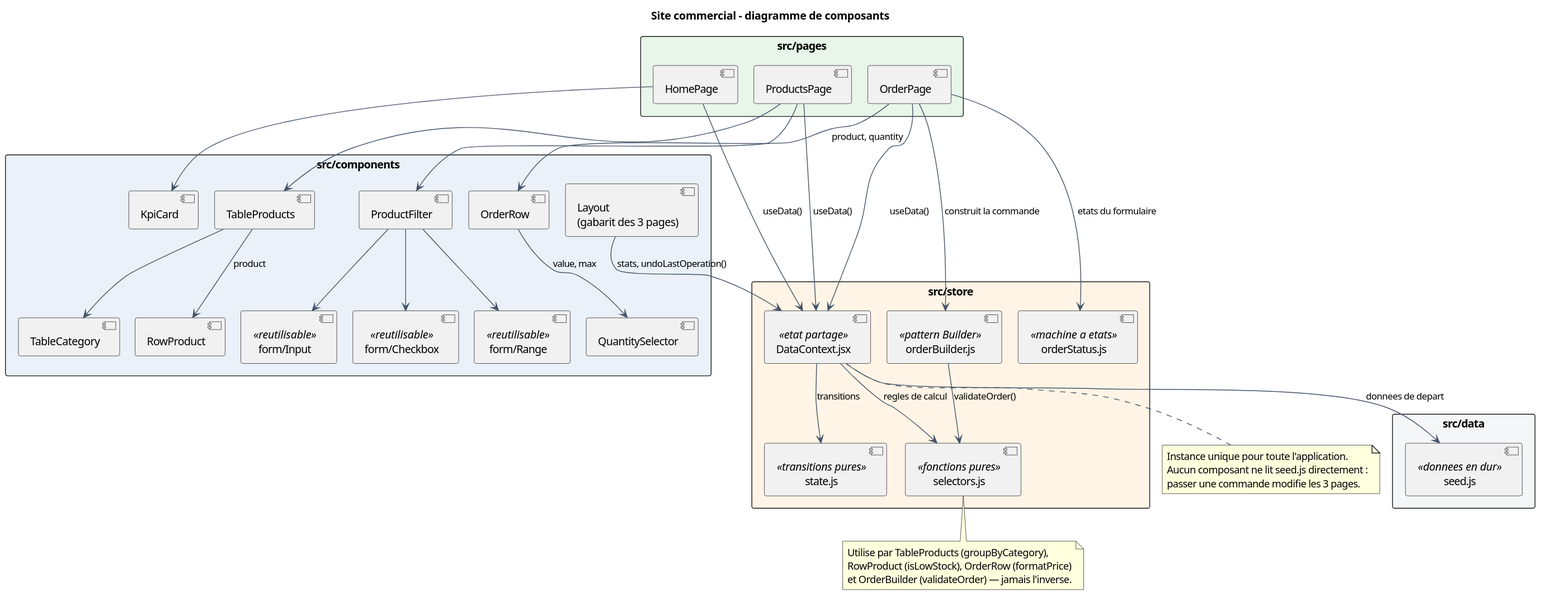
Earlier version of the PlantUML export docs/diagrammes/01-diagramme-composants.svg (wenkais196-Gabriel/mini-projet-site-commercial).
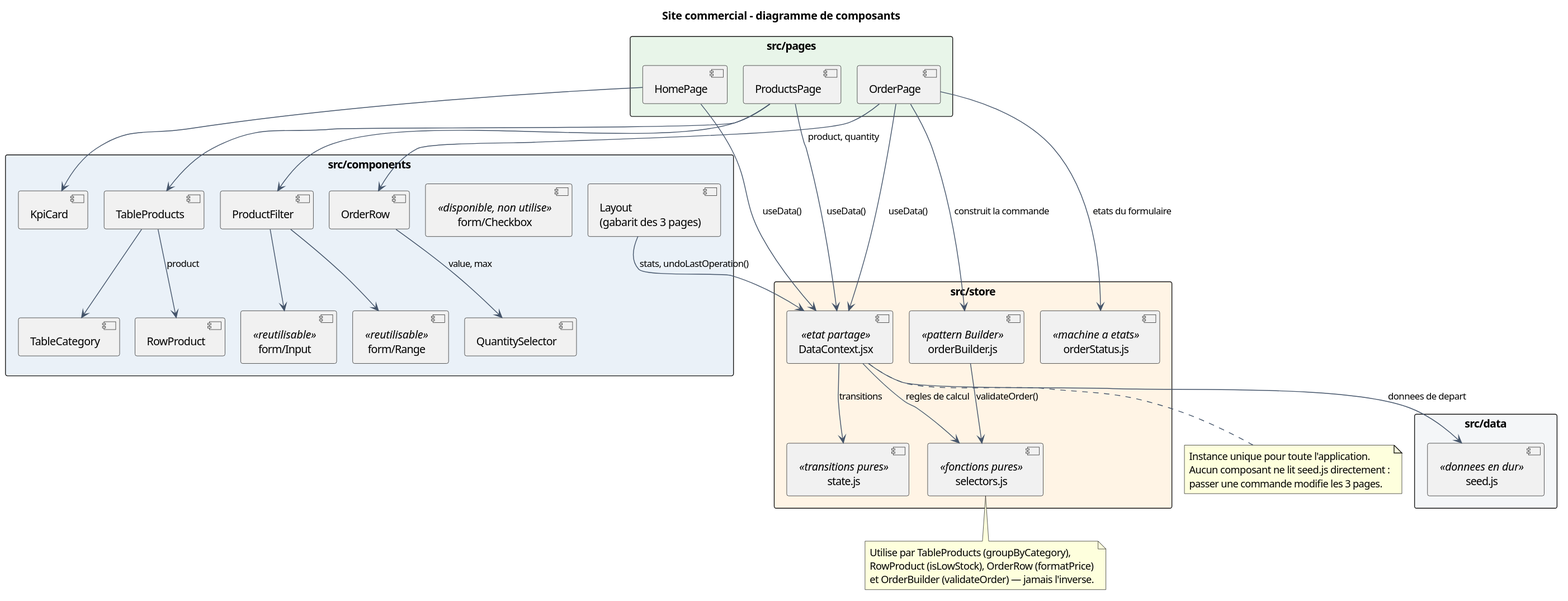
The same diagram one commit later.

Change to the diagram source:
```diff
@@ -19,8 +19,8 @@
 package "src/components" #EAF1F8 {
   component "Layout\n(gabarit des 3 pages)" as Layout
   component "form/Input" as Input <<reutilisable>>
-  component "form/Checkbox" as Check <<reutilisable>>
   component "form/Range" as Range <<reutilisable>>
+  component "form/Checkbox" as Check <<disponible, non utilise>>
   component "KpiCard" as KPI
   component "ProductFilter" as Filtre
   component "TableProducts" as Table
@@ -53,7 +53,6 @@
 Produits --> Filtre
 Produits --> Table
 Filtre --> Input
-Filtre --> Check
 Filtre --> Range
 Table --> Cat
 Table --> Row : product
```
